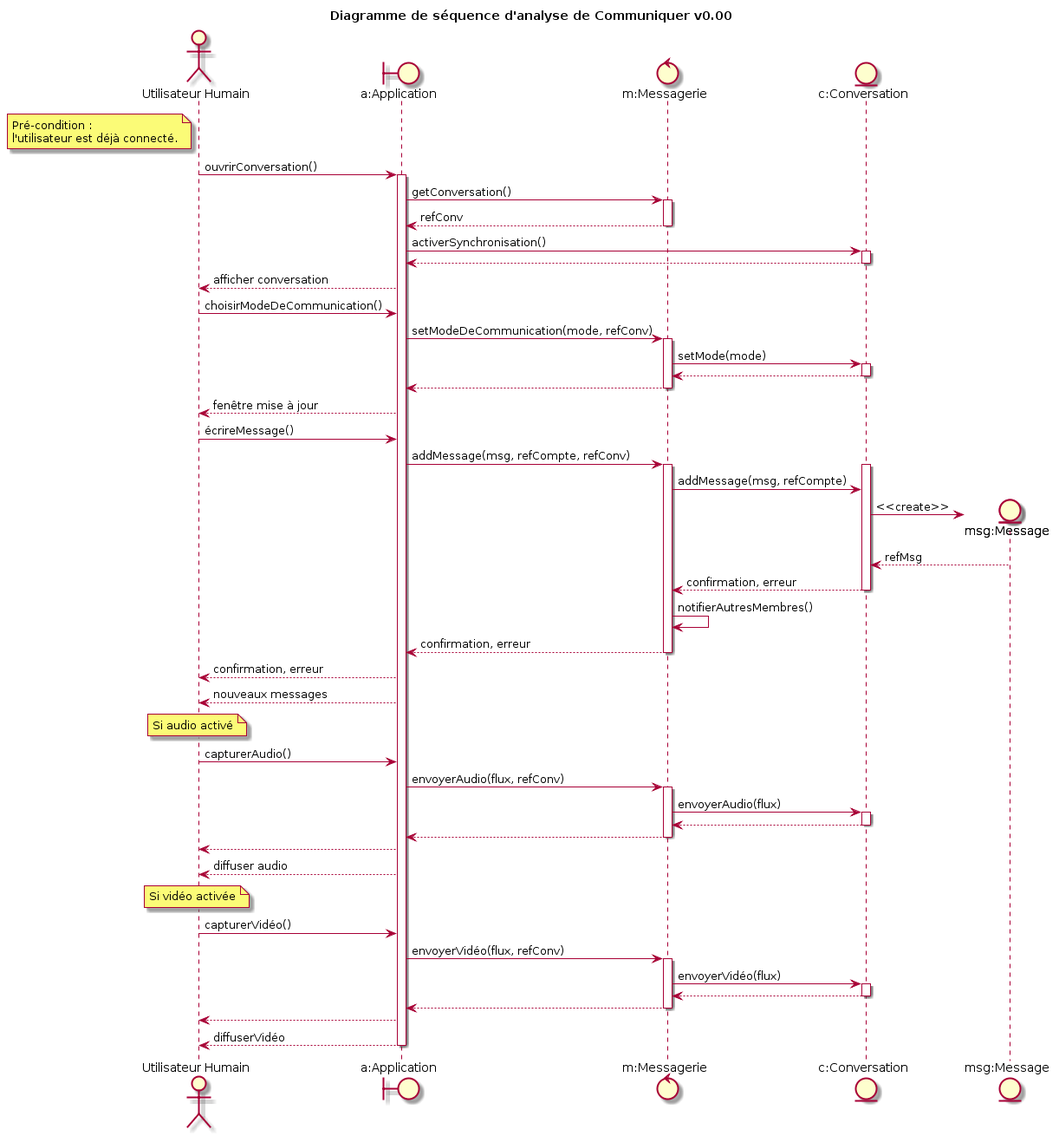
Before: DC/diagrammes/dsa-communiquer.png, a diagram exported from PlantUML (gdarchen/WhatsASI).
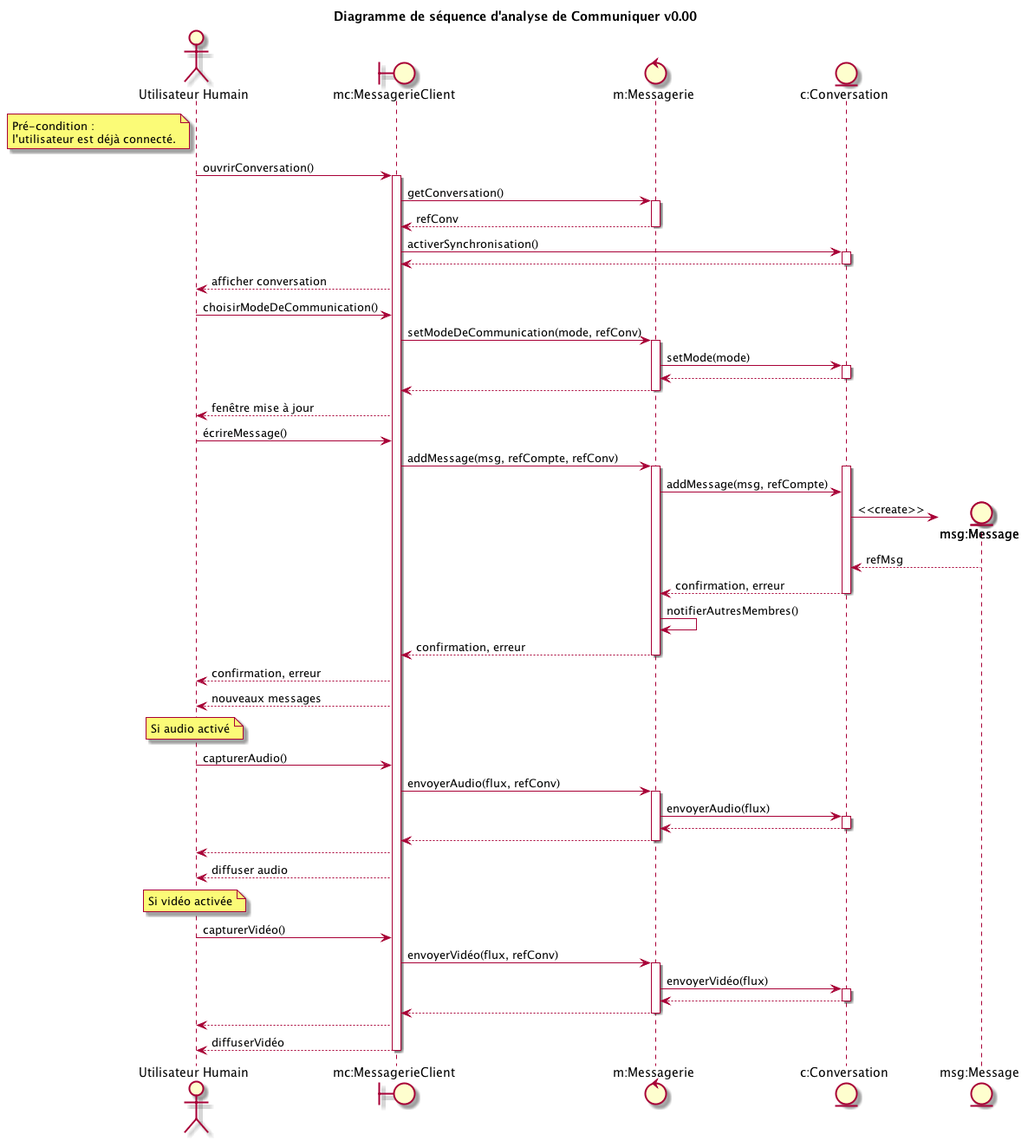
Later version of the same file.

Diff of the diagram source:
```diff
@@ -1,7 +1,7 @@
 @startuml
 title Diagramme de séquence d'analyse de Communiquer v0.00
 actor "Utilisateur Humain" as H
-boundary "a:Application" as A
+boundary "mc:MessagerieClient" as A
 control "m:Messagerie" as M
 entity "c:Conversation" as C
 entity "msg:Message" as Msg
```
